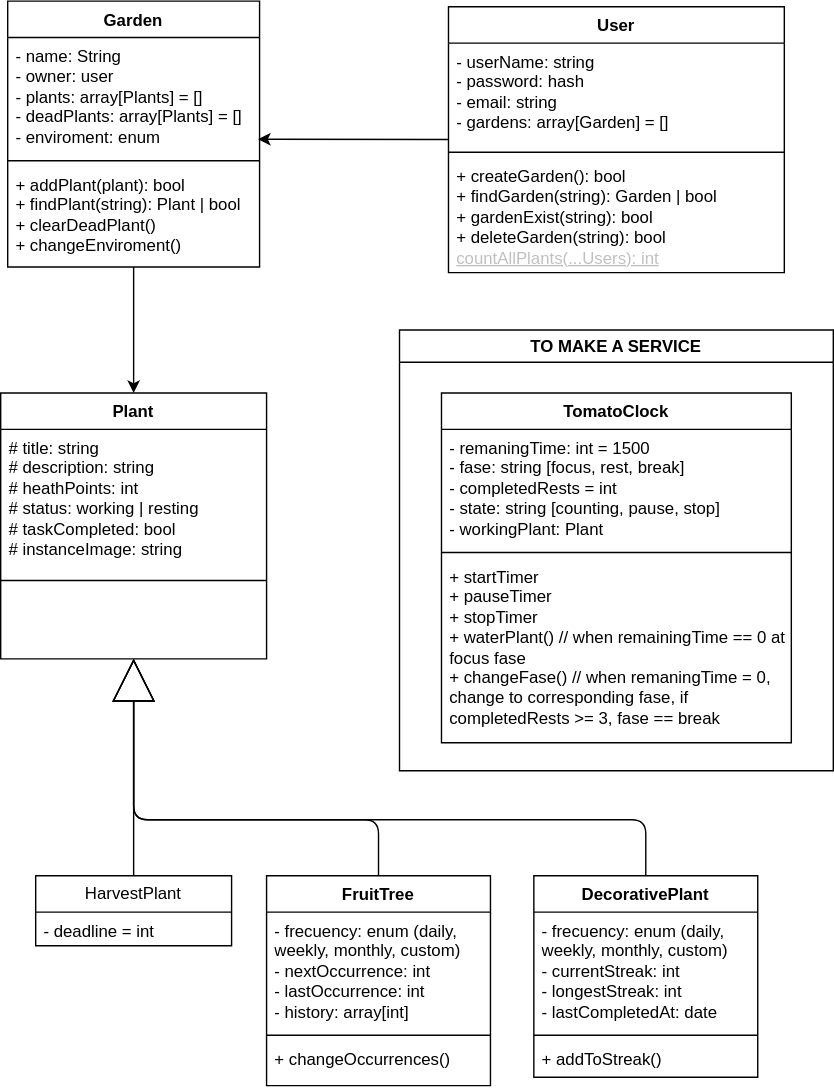
The draw.io diagram utils/uml-pomodoro-garden.drawio.svg in danielmoralesar/pomodoro-garden, before a commit. Source tidied: cells renumbered, new cells last; positions are measured from the earlier drawing's top-left corner, leaving out a move shared by most shapes.
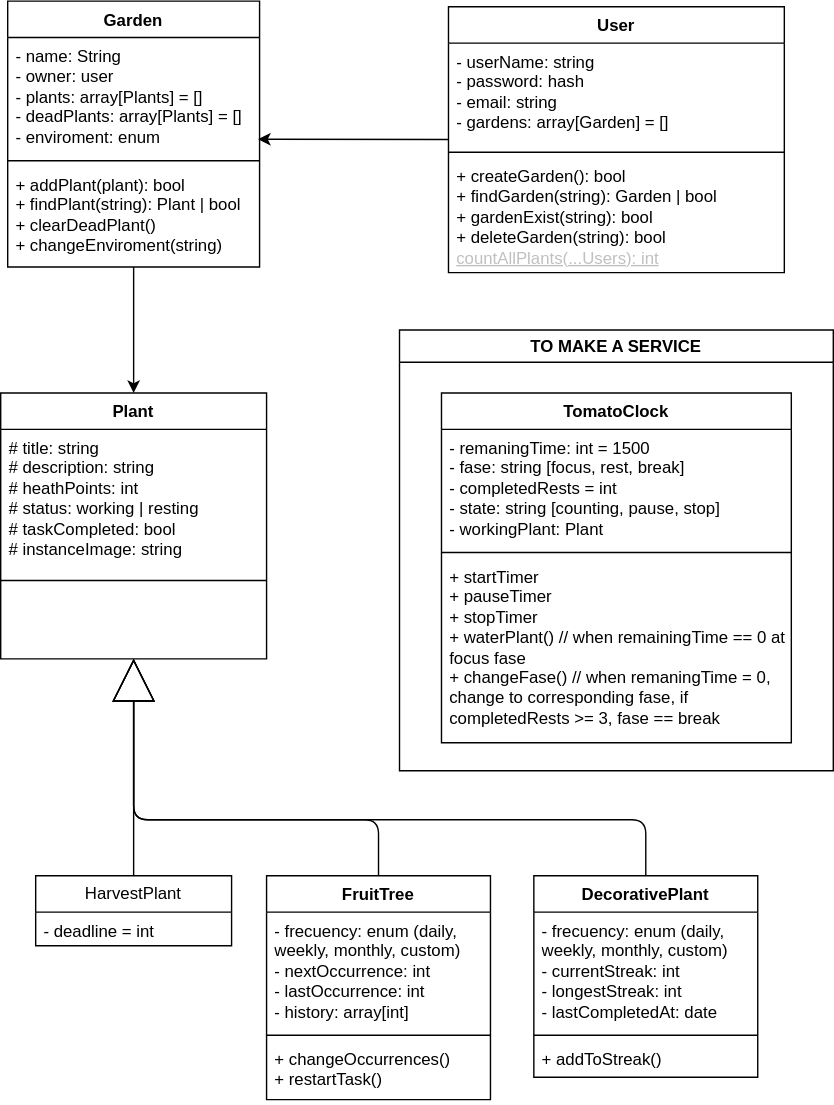
Above is the later version.

The edit, as a diff of the source:
```diff
@@ -32,7 +32,7 @@
       </mxGeometry>
     </mxCell>
     <mxCell id="10" value="FruitTree" style="swimlane;fontStyle=1;align=center;verticalAlign=top;horizontal=1;startSize=26;whiteSpace=wrap;html=1;" parent="1" vertex="1">
-      <mxGeometry x="190" y="625" width="160" height="150" as="geometry" />
+      <mxGeometry x="190" y="625" width="160" height="160" as="geometry" />
     </mxCell>
     <mxCell id="11" value="- frecuency: enum (daily, weekly, monthly, custom)&lt;div&gt;- nextOccurrence: int&lt;/div&gt;&lt;div&gt;- lastOccurrence: int&lt;/div&gt;&lt;div&gt;- history: array[int]&lt;/div&gt;" style="text;strokeColor=none;fillColor=none;align=left;verticalAlign=top;spacingLeft=4;spacingRight=4;overflow=hidden;whiteSpace=wrap;html=1;" parent="10" vertex="1">
       <mxGeometry y="26" width="160" height="84" as="geometry" />
@@ -40,8 +40,8 @@
     <mxCell id="12" style="line;strokeWidth=1;fillColor=none;align=left;verticalAlign=middle;spacingTop=-1;spacingLeft=3;spacingRight=3;labelPosition=right;strokeColor=inherit;" parent="10" vertex="1">
       <mxGeometry y="110" width="160" height="8" as="geometry" />
     </mxCell>
-    <mxCell id="13" value="+ changeOccurrences()&lt;div&gt;&lt;br&gt;&lt;/div&gt;" style="text;strokeColor=none;fillColor=none;align=left;verticalAlign=top;spacingLeft=4;spacingRight=4;overflow=hidden;whiteSpace=wrap;html=1;" parent="10" vertex="1">
-      <mxGeometry y="118" width="160" height="32" as="geometry" />
+    <mxCell id="13" value="+ changeOccurrences()&lt;div&gt;+ restartTask()&lt;/div&gt;" style="text;strokeColor=none;fillColor=none;align=left;verticalAlign=top;spacingLeft=4;spacingRight=4;overflow=hidden;whiteSpace=wrap;html=1;" parent="10" vertex="1">
+      <mxGeometry y="118" width="160" height="42" as="geometry" />
     </mxCell>
     <mxCell id="14" style="edgeStyle=orthogonalEdgeStyle;shape=connector;rounded=1;html=1;strokeColor=default;align=center;verticalAlign=middle;fontFamily=Helvetica;fontSize=11;fontColor=default;labelBackgroundColor=default;endArrow=block;endFill=0;endSize=28;" parent="1" edge="1" source="15" target="2">
       <mxGeometry relative="1" as="geometry">
@@ -75,7 +75,7 @@
     <mxCell id="22" style="line;strokeWidth=1;fillColor=none;align=left;verticalAlign=middle;spacingTop=-1;spacingLeft=3;spacingRight=3;labelPosition=right;strokeColor=inherit;" parent="20" vertex="1">
       <mxGeometry y="110" width="180" height="8" as="geometry" />
     </mxCell>
-    <mxCell id="23" value="+ addPlant(plant): bool&lt;div&gt;&lt;font&gt;+ findPlant(string): Plant | bool&lt;br&gt;&lt;/font&gt;&lt;div&gt;+ clearDeadPlant()&lt;/div&gt;&lt;div&gt;+ changeEnviroment()&lt;/div&gt;&lt;/div&gt;" style="text;strokeColor=none;fillColor=none;align=left;verticalAlign=top;spacingLeft=4;spacingRight=4;overflow=hidden;whiteSpace=wrap;html=1;" parent="20" vertex="1">
+    <mxCell id="23" value="+ addPlant(plant): bool&lt;div&gt;&lt;font&gt;+ findPlant(string): Plant | bool&lt;br&gt;&lt;/font&gt;&lt;div&gt;+ clearDeadPlant()&lt;/div&gt;&lt;div&gt;+ changeEnviroment(string)&lt;/div&gt;&lt;/div&gt;" style="text;strokeColor=none;fillColor=none;align=left;verticalAlign=top;spacingLeft=4;spacingRight=4;overflow=hidden;whiteSpace=wrap;html=1;" parent="20" vertex="1">
       <mxGeometry y="118" width="180" height="72" as="geometry" />
     </mxCell>
     <mxCell id="24" value="User" style="swimlane;fontStyle=1;align=center;verticalAlign=top;horizontal=1;startSize=26;whiteSpace=wrap;html=1;" parent="1" vertex="1">
```
